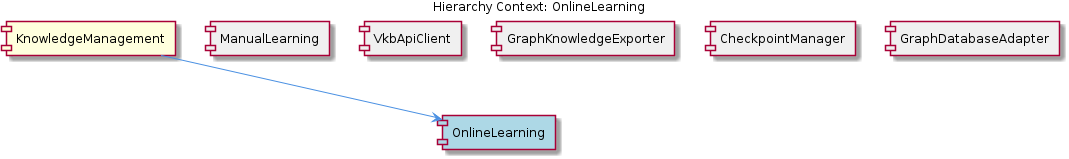
Earlier version of the PlantUML export knowledge-management/insights/images/online-learning-relationship.png (fwornle/coding). Its source is kept beside it as .data/knowledge-graph/insights/puml/online-learning-relationship.puml.
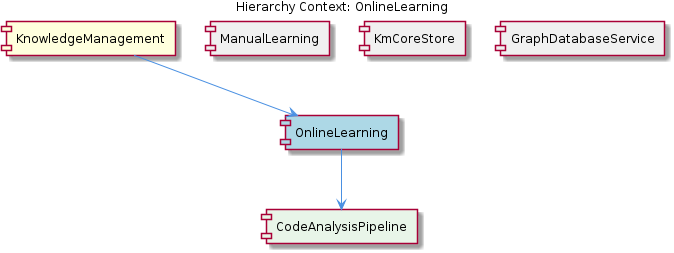
The same file after the commit.

Diff of the diagram source:
```diff
@@ -6,16 +6,14 @@
 [KnowledgeManagement] as knowledge_management #FFFFDD
 [OnlineLearning] as online_learning #LightBlue
 [ManualLearning] as manual_learning #F0F0F0
-[VkbApiClient] as vkb_api_client #F0F0F0
-[GraphKnowledgeExporter] as graph_knowledge_exporter #F0F0F0
-[CheckpointManager] as checkpoint_manager #F0F0F0
-[GraphDatabaseAdapter] as graph_database_adapter #F0F0F0
+[KmCoreStore] as km_core_store #F0F0F0
+[GraphDatabaseService] as graph_database_service #F0F0F0
+[CodeAnalysisPipeline] as code_analysis_pipeline #E8F5E8
 
 knowledge_management --> online_learning
 manual_learning -[hidden]- online_learning
-vkb_api_client -[hidden]- online_learning
-graph_knowledge_exporter -[hidden]- online_learning
-checkpoint_manager -[hidden]- online_learning
-graph_database_adapter -[hidden]- online_learning
+km_core_store -[hidden]- online_learning
+graph_database_service -[hidden]- online_learning
+online_learning --> code_analysis_pipeline
 
 @enduml
```
